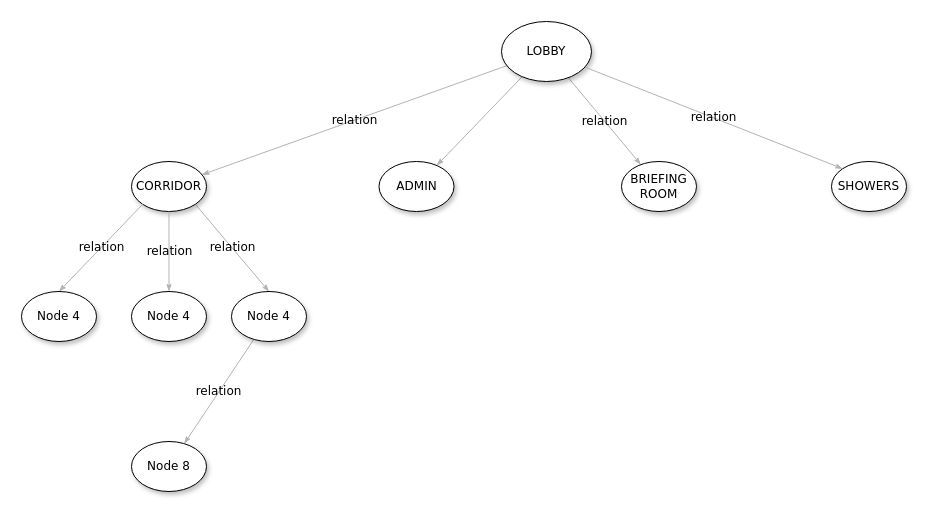
Earlier version of the draw.io diagram Untitled Diagram.drawio (thekernelcode/Cop). Source tidied: cells renumbered, new cells numbered last; positions are measured from the earlier drawing's top-left corner, leaving out a move shared by most shapes. Both pictures are drawn from the tidied source at 100%, with x=0, y=0 at pixel (21, 21).
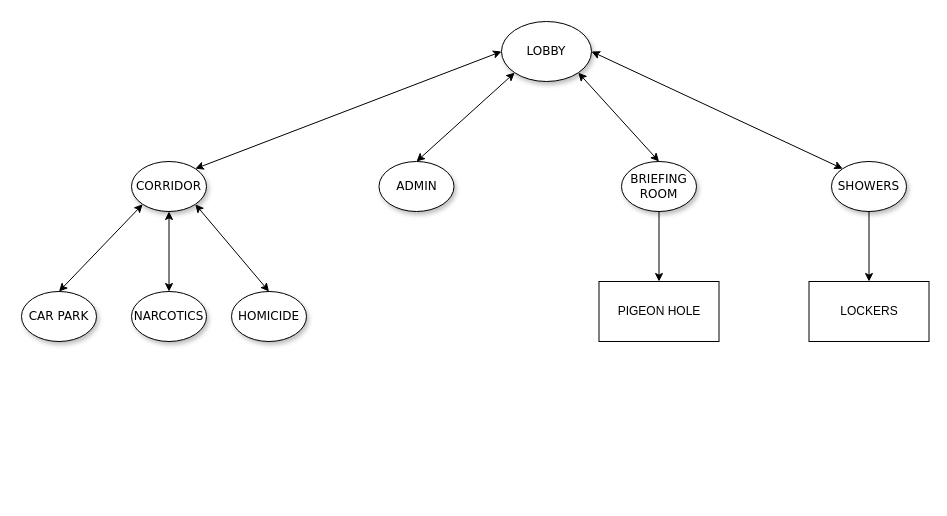
The same page after the edit.

Unchanged cells that the change refers to:
```xml
<mxCell id="5" value="LOBBY" style="ellipse;whiteSpace=wrap;html=1;rounded=0;shadow=1;comic=0;labelBackgroundColor=none;strokeWidth=1;fontFamily=Verdana;fontSize=12;align=center;" parent="1" vertex="1">
  <mxGeometry x="480" width="90" height="60" as="geometry" />
</mxCell>
<mxCell id="6" value="&lt;span&gt;ADMIN&lt;/span&gt;" style="ellipse;whiteSpace=wrap;html=1;rounded=0;shadow=1;comic=0;labelBackgroundColor=none;strokeWidth=1;fontFamily=Verdana;fontSize=12;align=center;" parent="1" vertex="1">
  <mxGeometry x="357.5" y="140" width="75" height="50" as="geometry" />
</mxCell>
<mxCell id="7" value="&lt;span&gt;BRIEFING&lt;br&gt;ROOM&lt;br&gt;&lt;/span&gt;" style="ellipse;whiteSpace=wrap;html=1;rounded=0;shadow=1;comic=0;labelBackgroundColor=none;strokeWidth=1;fontFamily=Verdana;fontSize=12;align=center;" parent="1" vertex="1">
  <mxGeometry x="600" y="140" width="75" height="50" as="geometry" />
</mxCell>
<mxCell id="9" value="CORRIDOR" style="ellipse;whiteSpace=wrap;html=1;rounded=0;shadow=1;comic=0;labelBackgroundColor=none;strokeWidth=1;fontFamily=Verdana;fontSize=12;align=center;" parent="1" vertex="1">
  <mxGeometry x="110" y="140" width="75" height="50" as="geometry" />
</mxCell>
<mxCell id="13" value="&lt;span&gt;SHOWERS&lt;/span&gt;" style="ellipse;whiteSpace=wrap;html=1;rounded=0;shadow=1;comic=0;labelBackgroundColor=none;strokeWidth=1;fontFamily=Verdana;fontSize=12;align=center;" parent="1" vertex="1">
  <mxGeometry x="810" y="140" width="75" height="50" as="geometry" />
</mxCell>
```

What changed in the source:
```diff
@@
-    <mxCell id="2" style="edgeStyle=none;rounded=1;html=1;labelBackgroundColor=none;startArrow=none;startFill=0;startSize=5;endArrow=classicThin;endFill=1;endSize=5;jettySize=auto;strokeColor=#B3B3B3;strokeWidth=1;fontFamily=Verdana;fontSize=12;" parent="1" edge="1" source="5" target="6">
-      <mxGeometry relative="1" as="geometry" />
-    </mxCell>
-    <mxCell id="3" value="relation" style="edgeStyle=none;rounded=1;html=1;labelBackgroundColor=none;startArrow=none;startFill=0;startSize=5;endArrow=classicThin;endFill=1;endSize=5;jettySize=auto;strokeColor=#B3B3B3;strokeWidth=1;fontFamily=Verdana;fontSize=12;" parent="1" edge="1" source="5" target="9">
-      <mxGeometry relative="1" as="geometry" />
-    </mxCell>
-    <mxCell id="4" value="relation" style="edgeStyle=none;rounded=1;html=1;labelBackgroundColor=none;startArrow=none;startFill=0;startSize=5;endArrow=classicThin;endFill=1;endSize=5;jettySize=auto;strokeColor=#B3B3B3;strokeWidth=1;fontFamily=Verdana;fontSize=12;" parent="1" edge="1" source="5" target="7">
-      <mxGeometry relative="1" as="geometry" />
-    </mxCell>
@@
-    <mxCell id="8" value="relation" style="edgeStyle=none;rounded=1;html=1;labelBackgroundColor=none;startArrow=none;startFill=0;startSize=5;endArrow=classicThin;endFill=1;endSize=5;jettySize=auto;strokeColor=#B3B3B3;strokeWidth=1;fontFamily=Verdana;fontSize=12;exitX=1;exitY=1;exitDx=0;exitDy=0;entryX=0.5;entryY=0;entryDx=0;entryDy=0;" parent="1" edge="1" source="9" target="11">
-      <mxGeometry relative="1" as="geometry" />
-    </mxCell>
@@
-    <mxCell id="10" value="relation" style="edgeStyle=none;rounded=1;html=1;labelBackgroundColor=none;startArrow=none;startFill=0;startSize=5;endArrow=classicThin;endFill=1;endSize=5;jettySize=auto;strokeColor=#B3B3B3;strokeWidth=1;fontFamily=Verdana;fontSize=12;" parent="1" edge="1" source="11" target="12">
-      <mxGeometry relative="1" as="geometry" />
-    </mxCell>
-    <mxCell id="11" value="&lt;span&gt;Node 4&lt;/span&gt;" style="ellipse;whiteSpace=wrap;html=1;rounded=0;shadow=1;comic=0;labelBackgroundColor=none;strokeWidth=1;fontFamily=Verdana;fontSize=12;align=center;" parent="1" vertex="1">
+    <mxCell id="11" value="&lt;span&gt;HOMICIDE&lt;/span&gt;" style="ellipse;whiteSpace=wrap;html=1;rounded=0;shadow=1;comic=0;labelBackgroundColor=none;strokeWidth=1;fontFamily=Verdana;fontSize=12;align=center;" parent="1" vertex="1">
       <mxGeometry x="210" y="270" width="75" height="50" as="geometry" />
     </mxCell>
-    <mxCell id="12" value="&lt;span&gt;Node 8&lt;/span&gt;" style="ellipse;whiteSpace=wrap;html=1;rounded=0;shadow=1;comic=0;labelBackgroundColor=none;strokeWidth=1;fontFamily=Verdana;fontSize=12;align=center;" parent="1" vertex="1">
-      <mxGeometry x="110" y="420" width="75" height="50" as="geometry" />
-    </mxCell>
@@
-    <mxCell id="14" value="relation" style="edgeStyle=none;rounded=1;html=1;labelBackgroundColor=none;startArrow=none;startFill=0;startSize=5;endArrow=classicThin;endFill=1;endSize=5;jettySize=auto;strokeColor=#B3B3B3;strokeWidth=1;fontFamily=Verdana;fontSize=12;entryX=0;entryY=0;entryDx=0;entryDy=0;exitX=0.93;exitY=0.762;exitDx=0;exitDy=0;exitPerimeter=0;" parent="1" edge="1" source="5" target="13">
-      <mxGeometry relative="1" as="geometry" />
-    </mxCell>
-    <mxCell id="15" value="&lt;span&gt;Node 4&lt;/span&gt;" style="ellipse;whiteSpace=wrap;html=1;rounded=0;shadow=1;comic=0;labelBackgroundColor=none;strokeWidth=1;fontFamily=Verdana;fontSize=12;align=center;" parent="1" vertex="1">
+    <mxCell id="15" value="&lt;span&gt;NARCOTICS&lt;/span&gt;" style="ellipse;whiteSpace=wrap;html=1;rounded=0;shadow=1;comic=0;labelBackgroundColor=none;strokeWidth=1;fontFamily=Verdana;fontSize=12;align=center;" parent="1" vertex="1">
       <mxGeometry x="110" y="270" width="75" height="50" as="geometry" />
     </mxCell>
-    <mxCell id="16" value="&lt;span&gt;Node 4&lt;/span&gt;" style="ellipse;whiteSpace=wrap;html=1;rounded=0;shadow=1;comic=0;labelBackgroundColor=none;strokeWidth=1;fontFamily=Verdana;fontSize=12;align=center;" parent="1" vertex="1">
+    <mxCell id="16" value="CAR PARK" style="ellipse;whiteSpace=wrap;html=1;rounded=0;shadow=1;comic=0;labelBackgroundColor=none;strokeWidth=1;fontFamily=Verdana;fontSize=12;align=center;" parent="1" vertex="1">
       <mxGeometry y="270" width="75" height="50" as="geometry" />
     </mxCell>
-    <mxCell id="17" value="relation" style="edgeStyle=none;rounded=1;html=1;labelBackgroundColor=none;startArrow=none;startFill=0;startSize=5;endArrow=classicThin;endFill=1;endSize=5;jettySize=auto;strokeColor=#B3B3B3;strokeWidth=1;fontFamily=Verdana;fontSize=12;entryX=0.5;entryY=0;entryDx=0;entryDy=0;exitX=0;exitY=1;exitDx=0;exitDy=0;" parent="1" edge="1" source="9" target="16">
-      <mxGeometry relative="1" as="geometry" />
-    </mxCell>
-    <mxCell id="18" value="relation" style="edgeStyle=none;rounded=1;html=1;labelBackgroundColor=none;startArrow=none;startFill=0;startSize=5;endArrow=classicThin;endFill=1;endSize=5;jettySize=auto;strokeColor=#B3B3B3;strokeWidth=1;fontFamily=Verdana;fontSize=12;exitX=0.5;exitY=1;exitDx=0;exitDy=0;entryX=0.5;entryY=0;entryDx=0;entryDy=0;" parent="1" edge="1" source="9" target="15">
-      <mxGeometry relative="1" as="geometry" />
-    </mxCell>
+    <mxCell id="19" value="LOCKERS" style="rounded=0;whiteSpace=wrap;html=1;" parent="1" vertex="1">
+      <mxGeometry x="787.5" y="260" width="120" height="60" as="geometry" />
+    </mxCell>
+    <mxCell id="20" style="endArrow=classic;html=1;entryX=0.5;entryY=0;entryDx=0;entryDy=0;exitX=0.5;exitY=1;exitDx=0;exitDy=0;" parent="1" edge="1" source="13" target="19">
+      <mxGeometry relative="1" as="geometry" />
+    </mxCell>
+    <mxCell id="21" value="PIGEON HOLE" style="rounded=0;whiteSpace=wrap;html=1;" parent="1" vertex="1">
+      <mxGeometry x="577.5" y="260" width="120" height="60" as="geometry" />
+    </mxCell>
+    <mxCell id="22" style="endArrow=classic;html=1;entryX=0.5;entryY=0;entryDx=0;entryDy=0;exitX=0.5;exitY=1;exitDx=0;exitDy=0;" parent="1" edge="1" target="21">
+      <mxGeometry relative="1" as="geometry">
+        <mxPoint x="637.5" y="190" as="sourcePoint" />
+      </mxGeometry>
+    </mxCell>
+    <mxCell id="23" style="endArrow=classic;startArrow=classic;html=1;exitX=1;exitY=0;exitDx=0;exitDy=0;entryX=0;entryY=0.5;entryDx=0;entryDy=0;" parent="1" edge="1" source="9" target="5">
+      <mxGeometry relative="1" as="geometry" />
+    </mxCell>
+    <mxCell id="24" style="endArrow=classic;startArrow=classic;html=1;entryX=1;entryY=0.5;entryDx=0;entryDy=0;exitX=0;exitY=0;exitDx=0;exitDy=0;" parent="1" edge="1" source="13" target="5">
+      <mxGeometry relative="1" as="geometry" />
+    </mxCell>
+    <mxCell id="25" style="endArrow=classic;startArrow=classic;html=1;exitX=0.5;exitY=0;exitDx=0;exitDy=0;entryX=1;entryY=1;entryDx=0;entryDy=0;" parent="1" edge="1" source="7" target="5">
+      <mxGeometry relative="1" as="geometry" />
+    </mxCell>
+    <mxCell id="26" style="endArrow=classic;startArrow=classic;html=1;exitX=0.5;exitY=0;exitDx=0;exitDy=0;entryX=0;entryY=1;entryDx=0;entryDy=0;" parent="1" edge="1" source="6" target="5">
+      <mxGeometry relative="1" as="geometry" />
+    </mxCell>
+    <mxCell id="27" style="endArrow=classic;startArrow=classic;html=1;exitX=0.5;exitY=0;exitDx=0;exitDy=0;entryX=0;entryY=1;entryDx=0;entryDy=0;" parent="1" edge="1" source="16" target="9">
+      <mxGeometry relative="1" as="geometry" />
+    </mxCell>
+    <mxCell id="28" style="endArrow=classic;startArrow=classic;html=1;exitX=0.5;exitY=0;exitDx=0;exitDy=0;entryX=1;entryY=1;entryDx=0;entryDy=0;" parent="1" edge="1" source="11" target="9">
+      <mxGeometry relative="1" as="geometry" />
+    </mxCell>
+    <mxCell id="29" style="endArrow=classic;startArrow=classic;html=1;exitX=0.5;exitY=0;exitDx=0;exitDy=0;entryX=0.5;entryY=1;entryDx=0;entryDy=0;" parent="1" edge="1" source="15" target="9">
+      <mxGeometry relative="1" as="geometry" />
+    </mxCell>
```
